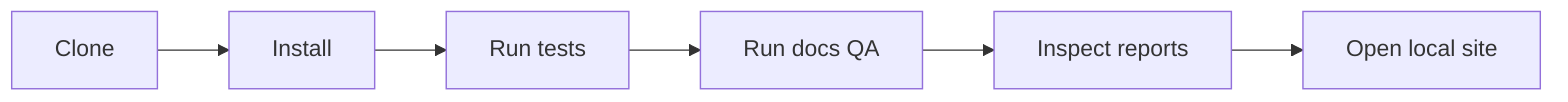
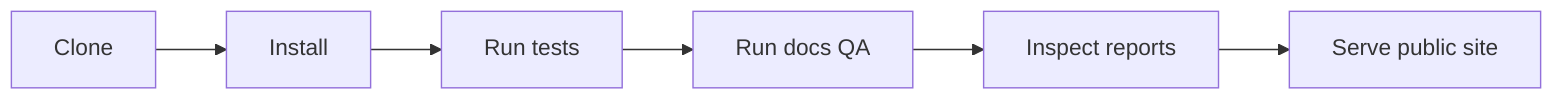
flowchart LR
-   Clone --> Install
-   Install --> Tests[Run tests]
-   Tests --> DocsQA[Run docs QA]
-   DocsQA --> Reports[Inspect reports]
-   Reports --> Site[Open local site]
+   N0["Clone"] --> N1["Install"]
+   N1["Install"] --> N2["Run tests"]
+   N2["Run tests"] --> N3["Run docs QA"]
+   N3["Run docs QA"] --> N4["Inspect reports"]
+   N4["Inspect reports"] --> N5["Serve public site"]
